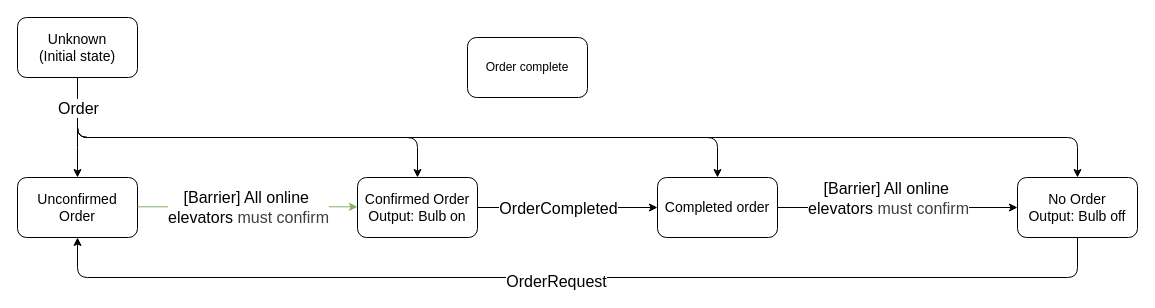
The draw.io diagram Documentation/orderState.drawio in jensmunkerud/ElevatorProject, before the edit. Source tidied: cells renumbered, new cells numbered last; positions are measured from the earlier drawing's top-left corner, leaving out a move shared by most shapes. Both pictures are drawn from the tidied source at 100%, with x=0, y=0 at pixel (17, 17).
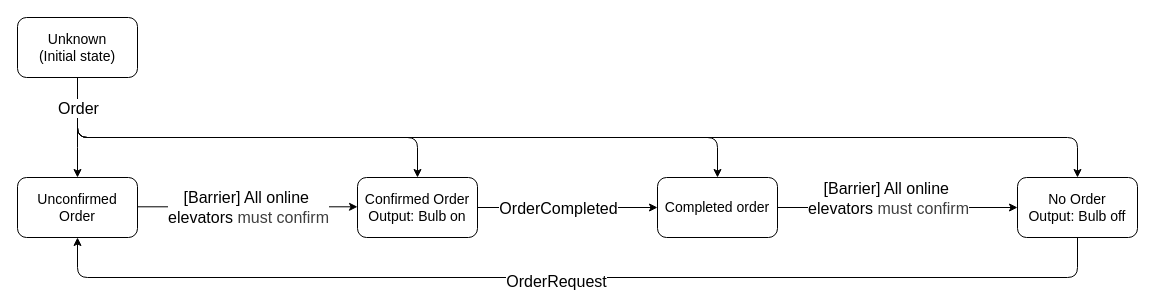
The same diagram, later.

Commit message (it also covers changes not shown here):
updated orderState diagram & moved feedback

The edit, as a diff of the source:
```diff
@@
-    <mxCell id="10" style="edgeStyle=orthogonalEdgeStyle;rounded=0;orthogonalLoop=1;jettySize=auto;html=1;entryX=0;entryY=0.5;entryDx=0;entryDy=0;fillColor=#d5e8d4;strokeColor=light-dark(#82B366,#2C6700);gradientColor=#97d077;" parent="1" edge="1">
+    <mxCell id="10" style="edgeStyle=orthogonalEdgeStyle;rounded=0;orthogonalLoop=1;jettySize=auto;html=1;entryX=0;entryY=0.5;entryDx=0;entryDy=0;fillColor=#d5e8d4;strokeColor=light-dark(#000000,#2C6700);gradientColor=#97d077;" parent="1" edge="1">
       <mxGeometry relative="1" as="geometry">
         <mxPoint x="120" y="189.3" as="sourcePoint" />
         <mxPoint x="340" y="189.3" as="targetPoint" />
       </mxGeometry>
     </mxCell>
@@
-    <mxCell id="20" style="edgeStyle=none;html=1;entryX=0.5;entryY=0;entryDx=0;entryDy=0;" parent="1" edge="1" source="21">
-      <mxGeometry relative="1" as="geometry">
-        <Array as="points">
-          <mxPoint x="220" y="50" />
-        </Array>
-      </mxGeometry>
-    </mxCell>
-    <mxCell id="21" value="Order complete" style="rounded=1;whiteSpace=wrap;html=1;" parent="1" vertex="1">
-      <mxGeometry x="450" y="20" width="120" height="60" as="geometry" />
-    </mxCell>
```
